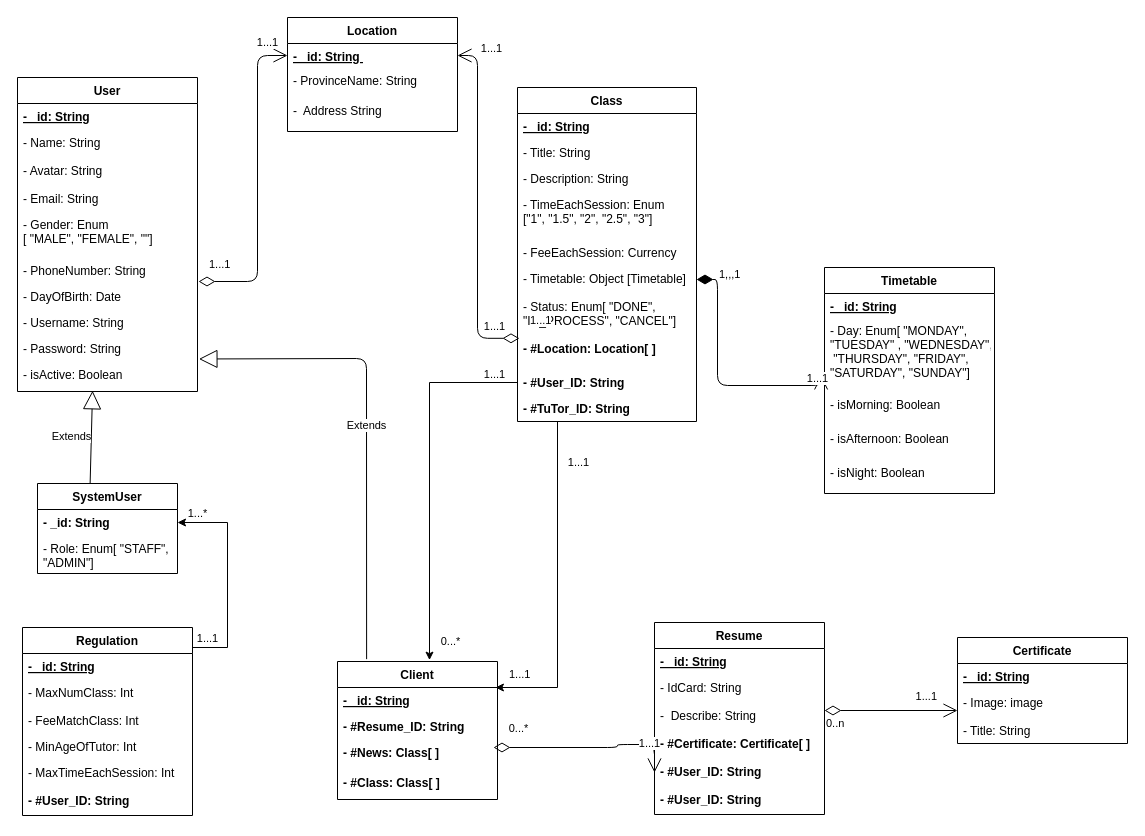
This is page "ClassDiagram_qlgiasu" (1 of 7) of Diagram/giasudb.drawio from tue0305/WebSiteGiaSu, a draw.io file, before an edit. Source tidied: cells renumbered, new cells numbered last; positions are measured from the earlier drawing's top-left corner, leaving out a move shared by most shapes. Both pictures are drawn from the tidied source at 100%, with x=0, y=0 at pixel (17, 17).
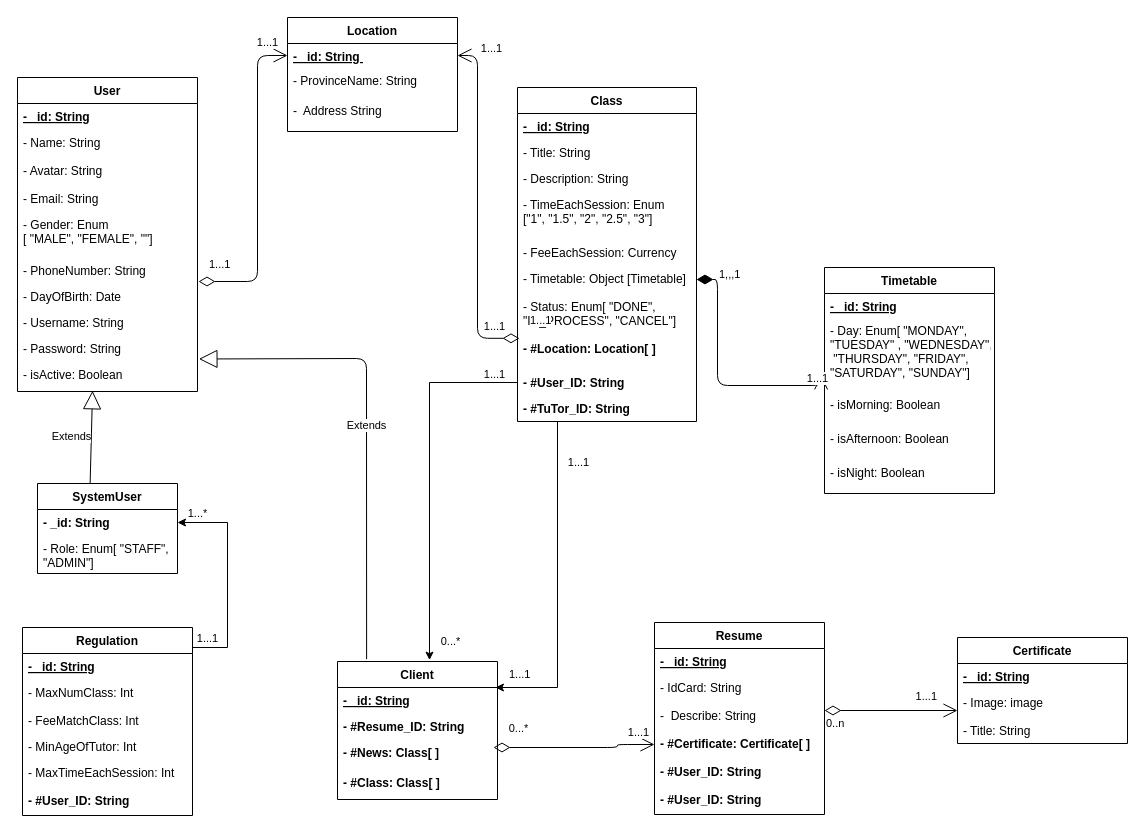
After the change.

The change refers to these unchanged cells:
```xml
<mxCell id="59" value="- #Certificate: Certificate[ ]" style="text;strokeColor=none;fillColor=none;align=left;verticalAlign=top;spacingLeft=4;spacingRight=4;overflow=hidden;points=[[0,0.5],[1,0.5]];portConstraint=eastwest;fontStyle=1;" parent="52" vertex="1">
  <mxGeometry y="108" width="170" height="28" as="geometry" />
</mxCell>
<mxCell id="60" value="- #User_ID: String" style="text;strokeColor=none;fillColor=none;align=left;verticalAlign=top;spacingLeft=4;spacingRight=4;overflow=hidden;points=[[0,0.5],[1,0.5]];portConstraint=eastwest;fontStyle=1;" parent="52" vertex="1">
  <mxGeometry y="136" width="170" height="28" as="geometry" />
</mxCell>
```

The edit, as a diff of the source:
```diff
@@
-    <mxCell id="74" style="endArrow=open;html=1;endSize=12;startArrow=diamondThin;startSize=14;startFill=0;edgeStyle=orthogonalEdgeStyle;entryX=0;entryY=0.5;entryDx=0;entryDy=0;" parent="1" edge="1" target="60">
+    <mxCell id="74" style="endArrow=open;html=1;endSize=12;startArrow=diamondThin;startSize=14;startFill=0;edgeStyle=orthogonalEdgeStyle;entryX=0;entryY=0.5;entryDx=0;entryDy=0;" parent="1" edge="1" target="59">
       <mxGeometry relative="1" as="geometry">
         <mxPoint x="476" y="730" as="sourcePoint" />
         <Array as="points">
           <mxPoint x="600" y="730" />
           <mxPoint x="600" y="727" />
         </Array>
       </mxGeometry>
     </mxCell>
```
